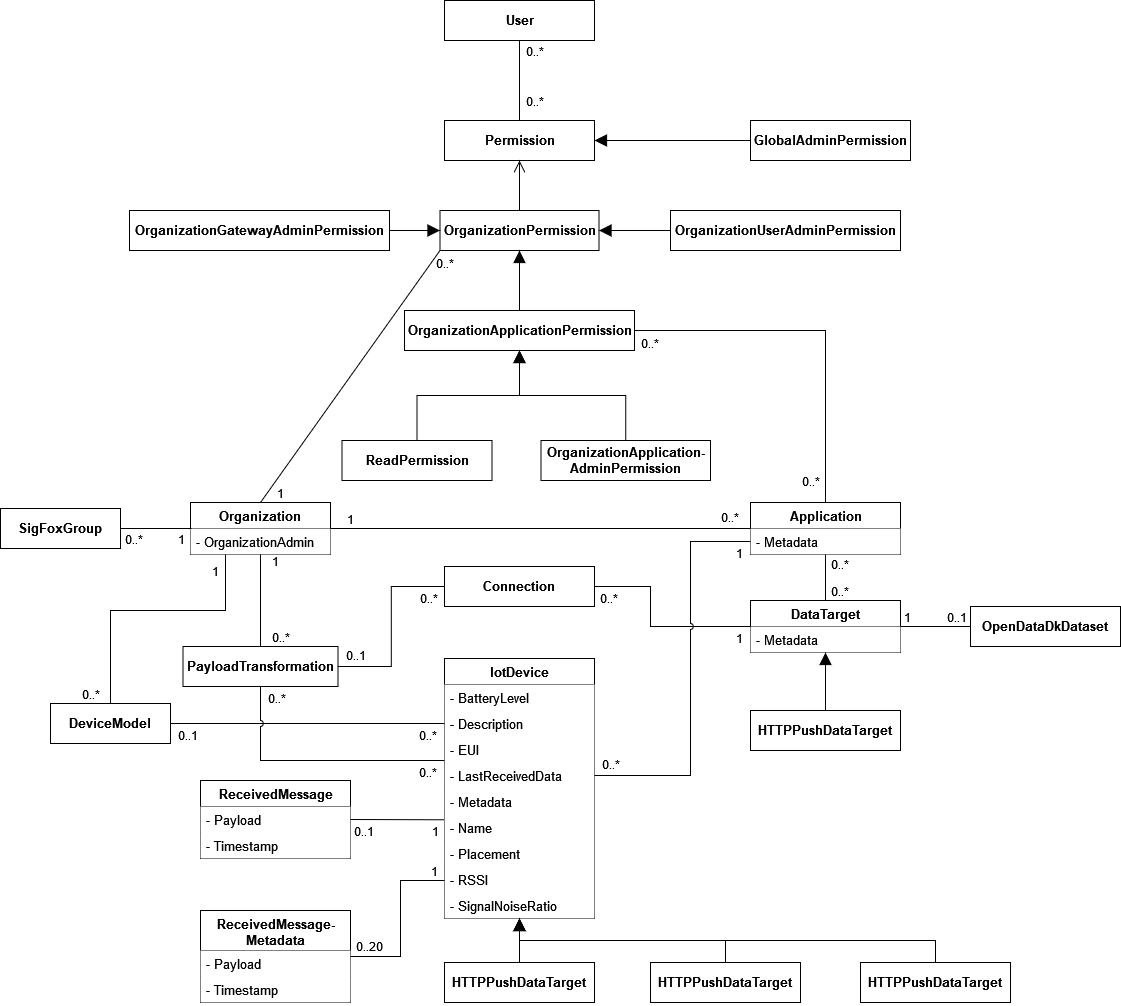
Before: source/logical-data-model/media/image4.png, a diagram exported from draw.io (OS2iot/OS2iot-docs). Source tidied: cells renumbered, new cells last; positions are measured from the earlier drawing's top-left corner, leaving out a move shared by most shapes.
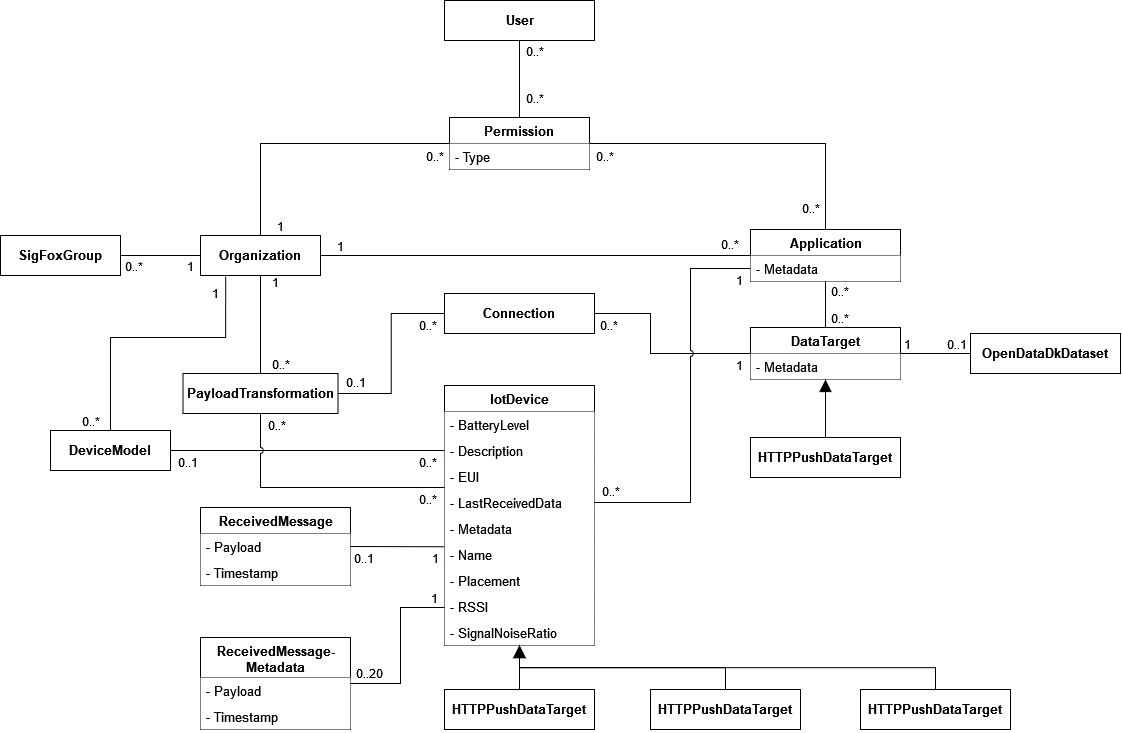
After the commit.

Diff of the diagram source:
```diff
@@ -2,33 +2,9 @@
   <root>
     <mxCell id="0" />
     <mxCell id="1" parent="0" />
-    <mxCell id="2" value="&lt;div style=&quot;font-size: 13px;&quot;&gt;OrganizationUserAdminPermission&lt;/div&gt;" style="html=1;strokeColor=default;fontStyle=1;fontSize=13;" parent="1" vertex="1">
-      <mxGeometry x="670" y="210" width="230" height="40" as="geometry" />
-    </mxCell>
-    <mxCell id="3" value="&lt;div style=&quot;font-size: 13px;&quot;&gt;&lt;span style=&quot;font-size: 13px;&quot;&gt;GlobalAdminPermission&lt;/span&gt;&lt;/div&gt;" style="html=1;strokeColor=default;fontStyle=1;fontSize=13;" parent="1" vertex="1">
-      <mxGeometry x="750" y="120" width="160" height="40" as="geometry" />
-    </mxCell>
-    <mxCell id="4" value="OrganizationApplicationPermission" style="html=1;strokeColor=default;fontStyle=1;fontSize=13;" parent="1" vertex="1">
-      <mxGeometry x="404" y="310" width="230" height="40" as="geometry" />
-    </mxCell>
     <mxCell id="5" value="&lt;span style=&quot;font-size: 13px;&quot;&gt;User&lt;/span&gt;" style="html=1;strokeColor=default;fontStyle=1;fontSize=13;" parent="1" vertex="1">
-      <mxGeometry x="444" width="150" height="40" as="geometry" />
+      <mxGeometry x="444" y="273" width="150" height="40" as="geometry" />
     </mxCell>
-    <mxCell id="6" value="Permission" style="html=1;strokeColor=default;fontStyle=1;fontSize=13;" parent="1" vertex="1">
-      <mxGeometry x="444" y="120" width="150" height="40" as="geometry" />
-    </mxCell>
-    <mxCell id="7" value="ReadPermission" style="html=1;strokeColor=default;fontStyle=1;fontSize=13;" parent="1" vertex="1">
-      <mxGeometry x="341.5" y="440" width="150" height="40" as="geometry" />
-    </mxCell>
-    <mxCell id="8" value="OrganizationGatewayAdminPermission" style="html=1;strokeColor=default;fontStyle=1;fontSize=13;" parent="1" vertex="1">
-      <mxGeometry x="129" y="210" width="260" height="40" as="geometry" />
-    </mxCell>
-    <mxCell id="9" value="OrganizationPermission" style="strokeColor=default;fontStyle=1;spacingTop=0;spacing=2;spacingBottom=0;html=1;perimeterSpacing=0;strokeWidth=1;fontSize=13;" parent="1" vertex="1">
-      <mxGeometry x="439.5" y="210" width="159" height="40" as="geometry" />
-    </mxCell>
-    <mxCell id="10" value="&lt;div style=&quot;font-size: 13px;&quot;&gt;OrganizationApplication-&lt;/div&gt;&lt;div style=&quot;font-size: 13px;&quot;&gt;AdminPermission&lt;/div&gt;" style="html=1;strokeColor=default;fontStyle=1;fontSize=13;" parent="1" vertex="1">
-      <mxGeometry x="540.5" y="440" width="169.5" height="40" as="geometry" />
-    </mxCell>
     <mxCell id="11" style="endArrow=none;shadow=0;strokeWidth=1;rounded=0;endFill=0;edgeStyle=elbowEdgeStyle;elbow=vertical;exitX=0.5;exitY=1;exitDx=0;exitDy=0;entryX=0.5;entryY=0;entryDx=0;entryDy=0;fontStyle=0;fontSize=13;" parent="1" edge="1" source="5" target="6">
       <mxGeometry x="0.5" y="41" relative="1" as="geometry">
         <mxPoint x="-40" y="32" as="offset" />
@@ -44,38 +20,15 @@
         <mxPoint x="5" y="-10" as="offset" />
       </mxGeometry>
     </mxCell>
-    <mxCell id="14" style="endArrow=open;shadow=0;strokeWidth=1;rounded=0;endFill=1;edgeStyle=elbowEdgeStyle;elbow=vertical;entryX=0.5;entryY=1;entryDx=0;entryDy=0;exitX=0.5;exitY=0;exitDx=0;exitDy=0;endSize=10;fontStyle=0;fontSize=13;" parent="1" edge="1" source="9" target="6">
-      <mxGeometry x="0.5" y="41" relative="1" as="geometry">
-        <mxPoint x="-40" y="32" as="offset" />
-      </mxGeometry>
-    </mxCell>
-    <mxCell id="15" style="endArrow=block;shadow=0;strokeWidth=1;rounded=0;endFill=1;edgeStyle=elbowEdgeStyle;elbow=vertical;entryX=1;entryY=0.5;entryDx=0;entryDy=0;exitX=0;exitY=0.5;exitDx=0;exitDy=0;endSize=10;fontStyle=0;fontSize=13;" parent="1" edge="1" source="3" target="6">
-      <mxGeometry x="0.5" y="41" relative="1" as="geometry">
-        <mxPoint x="-40" y="32" as="offset" />
-      </mxGeometry>
-    </mxCell>
-    <mxCell id="16" style="endArrow=block;shadow=0;strokeWidth=1;rounded=0;endFill=1;edgeStyle=elbowEdgeStyle;elbow=vertical;exitX=1;exitY=0.5;exitDx=0;exitDy=0;endSize=10;entryX=0;entryY=0.5;entryDx=0;entryDy=0;fontStyle=0;fontSize=13;" parent="1" edge="1" source="8" target="9">
-      <mxGeometry x="0.5" y="41" relative="1" as="geometry">
-        <mxPoint x="-40" y="32" as="offset" />
-      </mxGeometry>
-    </mxCell>
-    <mxCell id="17" style="endArrow=block;shadow=0;strokeWidth=1;rounded=0;endFill=1;edgeStyle=elbowEdgeStyle;elbow=vertical;endSize=10;exitX=0;exitY=0.5;exitDx=0;exitDy=0;fontStyle=0;fontSize=13;" parent="1" edge="1" source="2" target="9">
-      <mxGeometry x="0.5" y="41" relative="1" as="geometry">
-        <mxPoint x="-40" y="32" as="offset" />
-      </mxGeometry>
-    </mxCell>
-    <mxCell id="18" style="endArrow=block;shadow=0;strokeWidth=1;rounded=0;endFill=1;edgeStyle=elbowEdgeStyle;elbow=vertical;endSize=10;fontStyle=0;fontSize=13;" parent="1" edge="1" source="4" target="9">
-      <mxGeometry x="0.5" y="41" relative="1" as="geometry">
-        <mxPoint x="-40" y="32" as="offset" />
-      </mxGeometry>
-    </mxCell>
-    <mxCell id="19" style="endArrow=block;shadow=0;strokeWidth=1;rounded=0;endFill=1;edgeStyle=elbowEdgeStyle;elbow=vertical;endSize=10;fontStyle=0;fontSize=13;" parent="1" edge="1" source="10" target="4">
+    <mxCell id="19" style="endArrow=block;shadow=0;strokeWidth=1;rounded=0;endFill=1;edgeStyle=elbowEdgeStyle;elbow=vertical;endSize=10;fontStyle=0;fontSize=13;" parent="1" edge="1" source="x">
       <mxGeometry x="0.5" y="41" relative="1" as="geometry">
+        <mxPoint x="519" y="623" as="targetPoint" />
         <mxPoint x="-40" y="32" as="offset" />
       </mxGeometry>
     </mxCell>
-    <mxCell id="20" style="endArrow=block;shadow=0;strokeWidth=1;rounded=0;endFill=1;edgeStyle=elbowEdgeStyle;elbow=vertical;endSize=10;fontStyle=0;fontSize=13;" parent="1" edge="1" source="7" target="4">
+    <mxCell id="20" style="endArrow=block;shadow=0;strokeWidth=1;rounded=0;endFill=1;edgeStyle=elbowEdgeStyle;elbow=vertical;endSize=10;fontStyle=0;fontSize=13;" parent="1" edge="1" source="x">
       <mxGeometry x="0.5" y="41" relative="1" as="geometry">
+        <mxPoint x="519" y="623" as="targetPoint" />
         <mxPoint x="-40" y="32" as="offset" />
       </mxGeometry>
     </mxCell>
@@ -85,7 +38,7 @@
     <mxCell id="22" value="- Metadata" style="text;strokeColor=none;fillColor=default;align=left;verticalAlign=top;spacingLeft=4;spacingRight=4;overflow=hidden;points=[[0,0.5],[1,0.5]];portConstraint=eastwest;fontStyle=0;fontSize=13;" parent="21" vertex="1">
       <mxGeometry y="26" width="150" height="26" as="geometry" />
     </mxCell>
-    <mxCell id="23" style="endArrow=none;shadow=0;strokeWidth=1;rounded=0;endFill=0;elbow=vertical;entryX=0;entryY=1;entryDx=0;entryDy=0;endSize=10;exitX=0.5;exitY=0;exitDx=0;exitDy=0;fontStyle=0;fontSize=13;" parent="1" edge="1" source="29" target="9">
+    <mxCell id="23" style="endArrow=none;shadow=0;strokeWidth=1;rounded=0;endFill=0;elbow=vertical;entryX=0;entryY=0.5;entryDx=0;entryDy=0;endSize=10;exitX=0.5;exitY=0;exitDx=0;exitDy=0;fontStyle=0;fontSize=13;edgeStyle=orthogonalEdgeStyle;" parent="1" edge="1" source="29" target="6">
       <mxGeometry x="0.5" y="41" relative="1" as="geometry">
         <mxPoint x="-40" y="32" as="offset" />
       </mxGeometry>
@@ -97,10 +50,10 @@
     </mxCell>
     <mxCell id="25" value="0..*" style="align=right;verticalAlign=bottom;labelBackgroundColor=none;fontSize=12;fontStyle=0;" parent="23" vertex="1">
       <mxGeometry x="1" relative="1" as="geometry">
-        <mxPoint x="16" y="22" as="offset" />
+        <mxPoint x="-4" y="22" as="offset" />
       </mxGeometry>
     </mxCell>
-    <mxCell id="26" style="endArrow=none;shadow=0;strokeWidth=1;rounded=0;endFill=0;elbow=vertical;endSize=10;entryX=1;entryY=0.5;entryDx=0;entryDy=0;exitX=0.5;exitY=0;exitDx=0;exitDy=0;edgeStyle=orthogonalEdgeStyle;fontStyle=0;fontSize=13;" parent="1" edge="1" source="21" target="4">
+    <mxCell id="26" style="endArrow=none;shadow=0;strokeWidth=1;rounded=0;endFill=0;elbow=vertical;endSize=10;entryX=1;entryY=0.5;entryDx=0;entryDy=0;exitX=0.5;exitY=0;exitDx=0;exitDy=0;edgeStyle=orthogonalEdgeStyle;fontStyle=0;fontSize=13;" parent="1" edge="1" source="21" target="6">
       <mxGeometry x="0.5" y="41" relative="1" as="geometry">
         <mxPoint x="-40" y="32" as="offset" />
       </mxGeometry>
@@ -115,16 +68,10 @@
         <mxPoint x="26" y="22" as="offset" />
       </mxGeometry>
     </mxCell>
-    <mxCell id="29" value="Organization" style="swimlane;fontStyle=1;horizontal=1;startSize=26;fillColor=default;fontSize=13;" parent="1" vertex="1">
-      <mxGeometry x="190" y="502" width="140" height="52" as="geometry" />
-    </mxCell>
-    <mxCell id="30" value="- OrganizationAdmin" style="text;strokeColor=none;fillColor=default;align=left;verticalAlign=top;spacingLeft=4;spacingRight=4;overflow=hidden;points=[[0,0.5],[1,0.5]];portConstraint=eastwest;fontStyle=0;fontSize=13;" parent="29" vertex="1">
-      <mxGeometry y="26" width="140" height="26" as="geometry" />
-    </mxCell>
     <mxCell id="31" value="SigFoxGroup" style="whiteSpace=wrap;html=1;fillColor=default;fontStyle=1;startSize=26;fontSize=13;" parent="1" vertex="1">
       <mxGeometry y="508" width="120" height="40" as="geometry" />
     </mxCell>
-    <mxCell id="32" style="endArrow=none;shadow=0;strokeWidth=1;rounded=0;endFill=0;elbow=vertical;endSize=10;exitX=1;exitY=0.5;exitDx=0;exitDy=0;entryX=0.007;entryY=0;entryDx=0;entryDy=0;entryPerimeter=0;fontStyle=0;fontSize=13;" parent="1" edge="1" source="31" target="30">
+    <mxCell id="32" style="endArrow=none;shadow=0;strokeWidth=1;rounded=0;endFill=0;elbow=vertical;endSize=10;exitX=1;exitY=0.5;exitDx=0;exitDy=0;entryX=0;entryY=0.5;entryDx=0;entryDy=0;fontStyle=0;fontSize=13;" parent="1" edge="1" source="31" target="29">
       <mxGeometry x="0.5" y="41" relative="1" as="geometry">
         <mxPoint x="-40" y="32" as="offset" />
       </mxGeometry>
@@ -238,7 +185,7 @@
     <mxCell id="63" value="- Timestamp" style="text;strokeColor=none;fillColor=default;align=left;verticalAlign=top;spacingLeft=4;spacingRight=4;overflow=hidden;fontStyle=0;fontSize=13;" parent="61" vertex="1">
       <mxGeometry y="66" width="150" height="26" as="geometry" />
     </mxCell>
-    <mxCell id="64" style="endArrow=none;shadow=0;strokeWidth=1;rounded=0;endFill=0;elbow=vertical;entryX=0.25;entryY=1;entryDx=0;entryDy=0;endSize=10;exitX=0.5;exitY=0;exitDx=0;exitDy=0;edgeStyle=orthogonalEdgeStyle;fontStyle=0;fontSize=13;" parent="1" edge="1" source="35" target="29">
+    <mxCell id="64" style="endArrow=none;shadow=0;strokeWidth=1;rounded=0;endFill=0;elbow=vertical;entryX=0.21;entryY=1.022;entryDx=0;entryDy=0;endSize=10;exitX=0.5;exitY=0;exitDx=0;exitDy=0;edgeStyle=orthogonalEdgeStyle;fontStyle=0;fontSize=13;entryPerimeter=0;" parent="1" edge="1" source="35" target="29">
       <mxGeometry x="0.5" y="41" relative="1" as="geometry">
         <Array as="points">
           <mxPoint x="110" y="610" />
@@ -446,5 +393,14 @@
         <mxPoint x="-40" y="32" as="offset" />
       </mxGeometry>
     </mxCell>
+    <mxCell id="6" value="Permission" style="swimlane;fontStyle=1;horizontal=1;startSize=26;fillColor=default;fontSize=13;" parent="1" vertex="1">
+      <mxGeometry x="449" y="390" width="140" height="52" as="geometry" />
+    </mxCell>
+    <mxCell id="101" value="- Type" style="text;strokeColor=none;fillColor=default;align=left;verticalAlign=top;spacingLeft=4;spacingRight=4;overflow=hidden;fontStyle=0;fontSize=13;" parent="6" vertex="1">
+      <mxGeometry y="26" width="140" height="26" as="geometry" />
+    </mxCell>
+    <mxCell id="29" value="Organization" style="whiteSpace=wrap;html=1;fillColor=default;fontStyle=1;startSize=26;fontSize=13;" parent="1" vertex="1">
+      <mxGeometry x="200" y="508" width="120" height="40" as="geometry" />
+    </mxCell>
   </root>
 </mxGraphModel>
```
